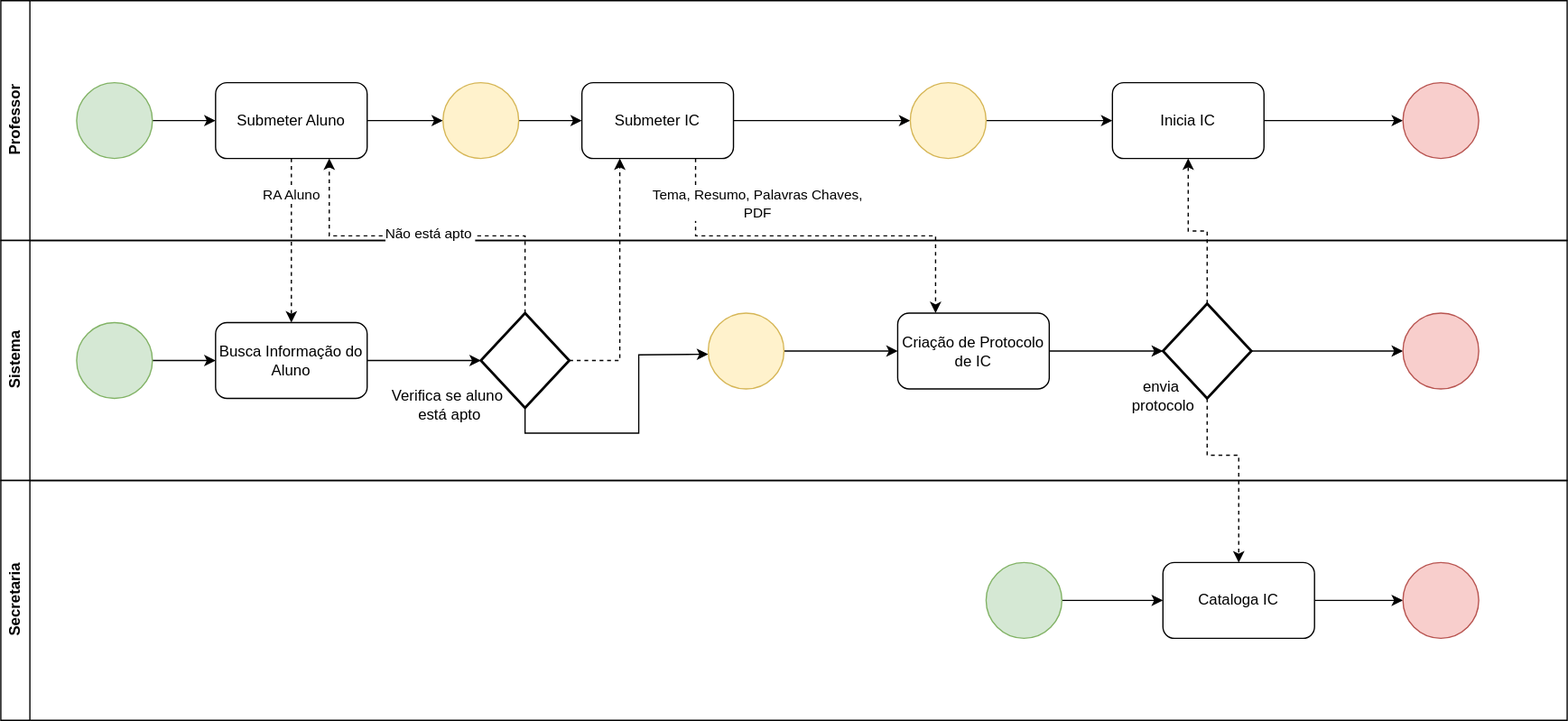
The draw.io diagram ToBe.drawio.svg in JesCat16/Automacao_IC_GestaoDeProjeto, before a commit. Source tidied: cells renumbered, new cells last; positions are measured from the earlier drawing's top-left corner, leaving out a move shared by most shapes.
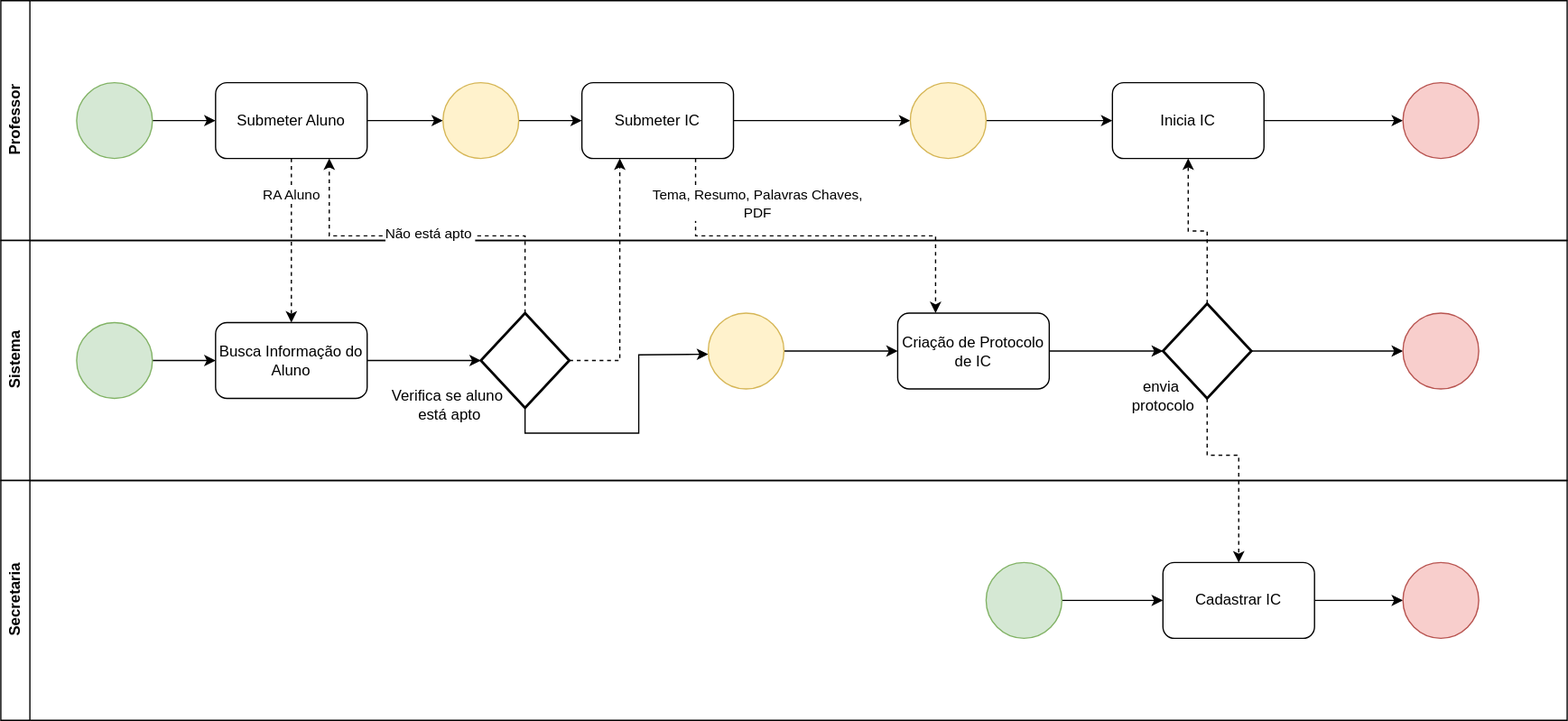
After the change.

The edit, as a diff of the source:
```diff
@@ -105,7 +105,7 @@
     <mxCell id="34" style="edgeStyle=orthogonalEdgeStyle;rounded=0;jettySize=auto;html=1;exitX=1;exitY=0.5;exitDx=0;exitDy=0;entryX=0;entryY=0.5;entryDx=0;entryDy=0;" parent="31" edge="1" source="35" target="36">
       <mxGeometry relative="1" as="geometry" />
     </mxCell>
-    <mxCell id="35" value="Cataloga IC" style="rounded=1;whiteSpace=wrap;html=1;" parent="31" vertex="1">
+    <mxCell id="35" value="Cadastrar IC" style="rounded=1;whiteSpace=wrap;html=1;" parent="31" vertex="1">
       <mxGeometry x="920" y="65" width="120" height="60" as="geometry" />
     </mxCell>
     <mxCell id="36" style="ellipse;whiteSpace=wrap;html=1;fillColor=#f8cecc;strokeColor=#b85450;" parent="31" vertex="1">
```
